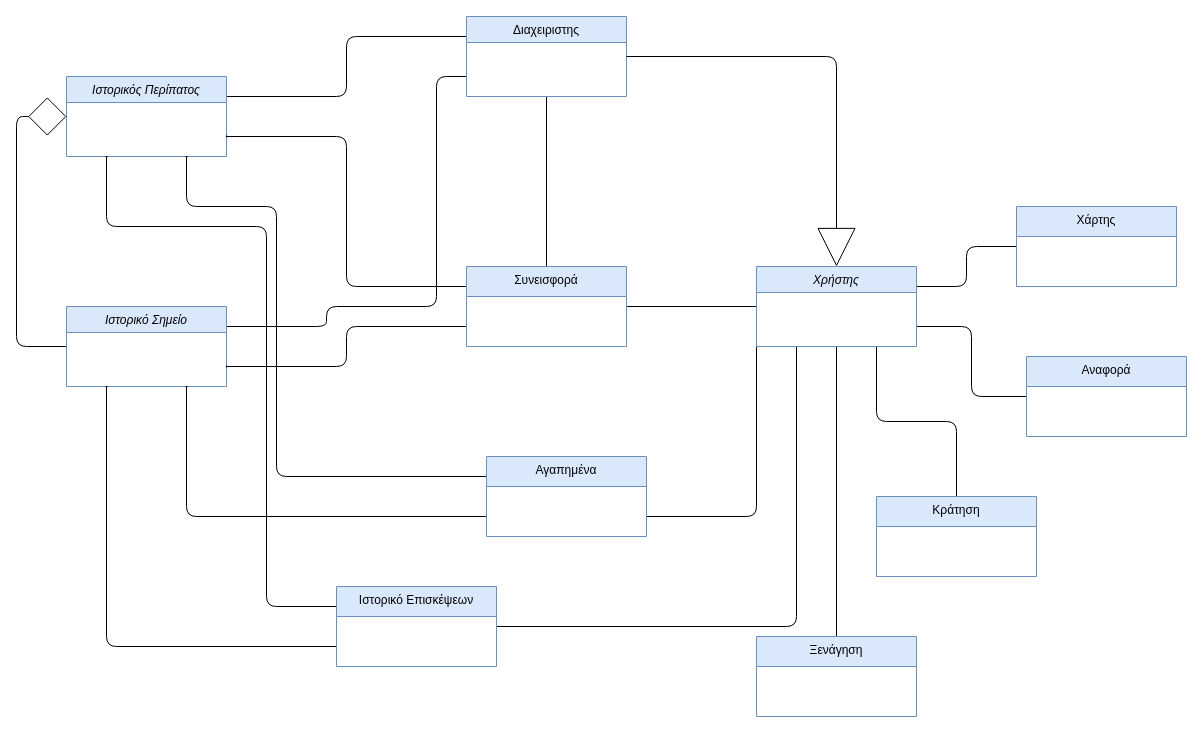
This is NOTES/Domain Model v0.1.drawio from Nektar24/software-engineering, a draw.io file, before an edit. Source tidied: cells renumbered, new cells numbered last; positions are measured from the earlier drawing's top-left corner, leaving out a move shared by most shapes. Both pictures are drawn from the tidied source at 100%, with x=0, y=0 at pixel (66, 16).
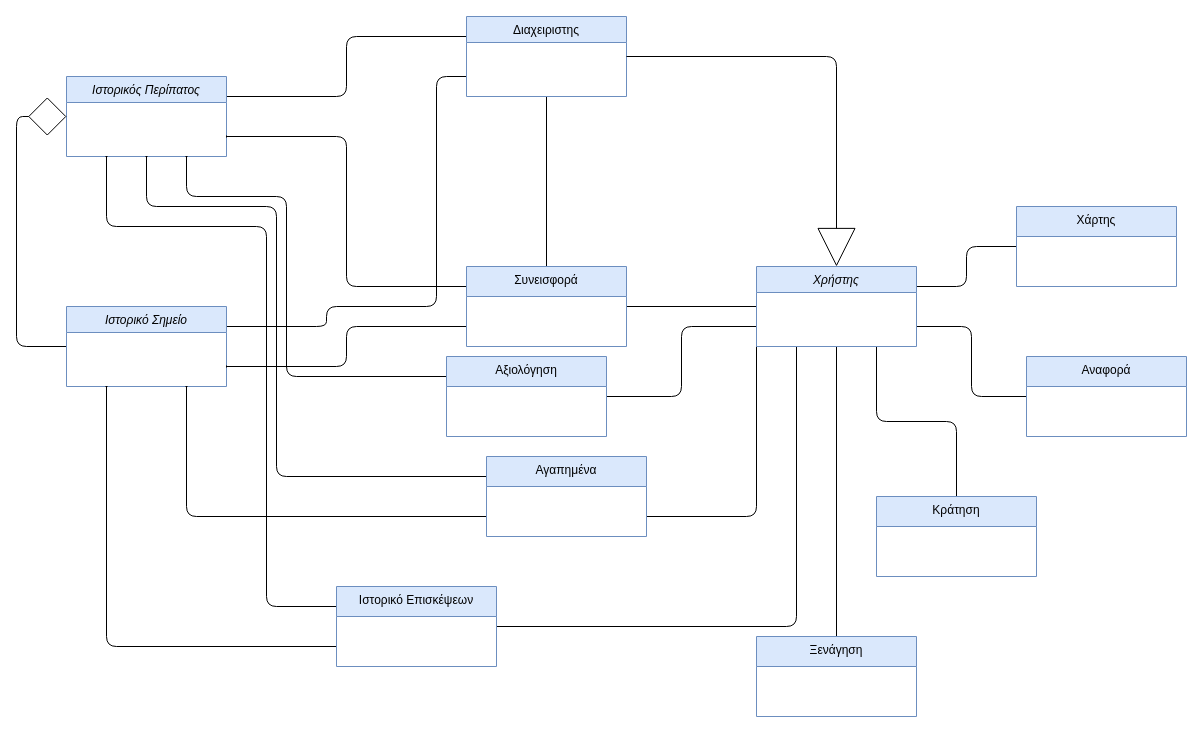
The same page after the edit.

Unchanged cells that the change refers to:
```xml
<mxCell id="9" value="Χρήστης" style="swimlane;fontStyle=2;align=center;verticalAlign=top;horizontal=1;startSize=26;rounded=0;shadow=0;strokeWidth=1;fillColor=#dae8fc;strokeColor=#6c8ebf;" parent="1" vertex="1">
  <mxGeometry x="690" y="250" width="160" height="80" as="geometry" />
</mxCell>
<mxCell id="15" value="Ιστορικός Περίπατος" style="swimlane;fontStyle=2;align=center;verticalAlign=top;horizontal=1;startSize=26;rounded=0;shadow=0;strokeWidth=1;fillColor=#dae8fc;strokeColor=#6c8ebf;" parent="1" vertex="1">
  <mxGeometry y="60" width="160" height="80" as="geometry" />
</mxCell>
<mxCell id="23" value="Αγαπημένα" style="swimlane;fontStyle=0;align=center;verticalAlign=top;horizontal=1;startSize=30;rounded=0;shadow=0;strokeWidth=1;fillColor=#dae8fc;strokeColor=#6c8ebf;" parent="1" vertex="1">
  <mxGeometry x="420" y="440" width="160" height="80" as="geometry" />
</mxCell>
```

Change to the diagram source:
```diff
@@
+    <mxCell id="31" style="edgeStyle=orthogonalEdgeStyle;curved=0;rounded=1;jettySize=auto;html=1;exitX=0;exitY=0.75;exitDx=0;exitDy=0;entryX=1;entryY=0.5;entryDx=0;entryDy=0;strokeColor=default;align=center;verticalAlign=middle;fontFamily=Helvetica;fontSize=11;fontColor=default;labelBackgroundColor=default;elbow=vertical;endArrow=baseDash;endFill=0;endSize=0;" parent="1" edge="1" source="9" target="33">
+      <mxGeometry relative="1" as="geometry" />
+    </mxCell>
@@
-    <mxCell id="22" style="edgeStyle=orthogonalEdgeStyle;curved=0;rounded=1;jettySize=auto;html=1;exitX=0;exitY=0.25;exitDx=0;exitDy=0;entryX=0.75;entryY=1;entryDx=0;entryDy=0;strokeColor=default;align=center;verticalAlign=middle;fontFamily=Helvetica;fontSize=11;fontColor=default;labelBackgroundColor=default;elbow=vertical;endArrow=baseDash;endFill=0;endSize=0;" parent="1" edge="1" source="23" target="15">
+    <mxCell id="22" style="edgeStyle=orthogonalEdgeStyle;curved=0;rounded=1;jettySize=auto;html=1;exitX=0;exitY=0.25;exitDx=0;exitDy=0;entryX=0.5;entryY=1;entryDx=0;entryDy=0;strokeColor=default;align=center;verticalAlign=middle;fontFamily=Helvetica;fontSize=11;fontColor=default;labelBackgroundColor=default;elbow=vertical;endArrow=baseDash;endFill=0;endSize=0;" parent="1" edge="1" source="23" target="15">
       <mxGeometry relative="1" as="geometry">
         <Array as="points">
           <mxPoint x="210" y="460" />
           <mxPoint x="210" y="190" />
-          <mxPoint x="120" y="190" />
+          <mxPoint x="80" y="190" />
         </Array>
       </mxGeometry>
     </mxCell>
@@
+    <mxCell id="32" style="edgeStyle=orthogonalEdgeStyle;curved=0;rounded=1;jettySize=auto;html=1;exitX=0;exitY=0.25;exitDx=0;exitDy=0;strokeColor=default;align=center;verticalAlign=middle;fontFamily=Helvetica;fontSize=11;fontColor=default;labelBackgroundColor=default;elbow=vertical;endArrow=baseDash;endFill=0;endSize=0;entryX=0.75;entryY=1;entryDx=0;entryDy=0;" parent="1" edge="1" source="33" target="15">
+      <mxGeometry relative="1" as="geometry">
+        <Array as="points">
+          <mxPoint x="220" y="360" />
+          <mxPoint x="220" y="180" />
+          <mxPoint x="120" y="180" />
+        </Array>
+      </mxGeometry>
+    </mxCell>
+    <mxCell id="33" value="Αξιολόγηση" style="swimlane;fontStyle=0;align=center;verticalAlign=top;horizontal=1;startSize=30;rounded=0;shadow=0;strokeWidth=1;fillColor=#dae8fc;strokeColor=#6c8ebf;" parent="1" vertex="1">
+      <mxGeometry x="380" y="340" width="160" height="80" as="geometry" />
+    </mxCell>
```
